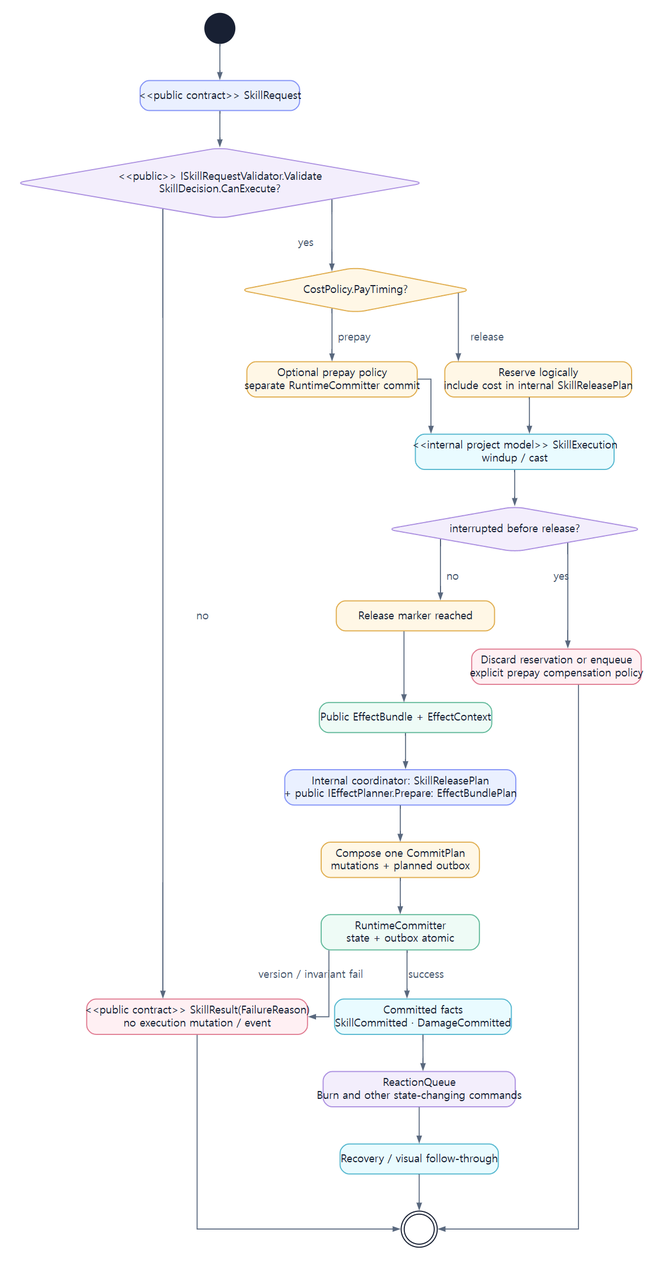
JY-LemongO/game-system-framework-knowledge-site keeps this Graphviz diagram as assets/diagrams/20_skill_timeline_activity_diagram.png. Above is the earlier version. Its source is kept beside it as source/diagrams/20_skill_timeline_activity_diagram.dot.
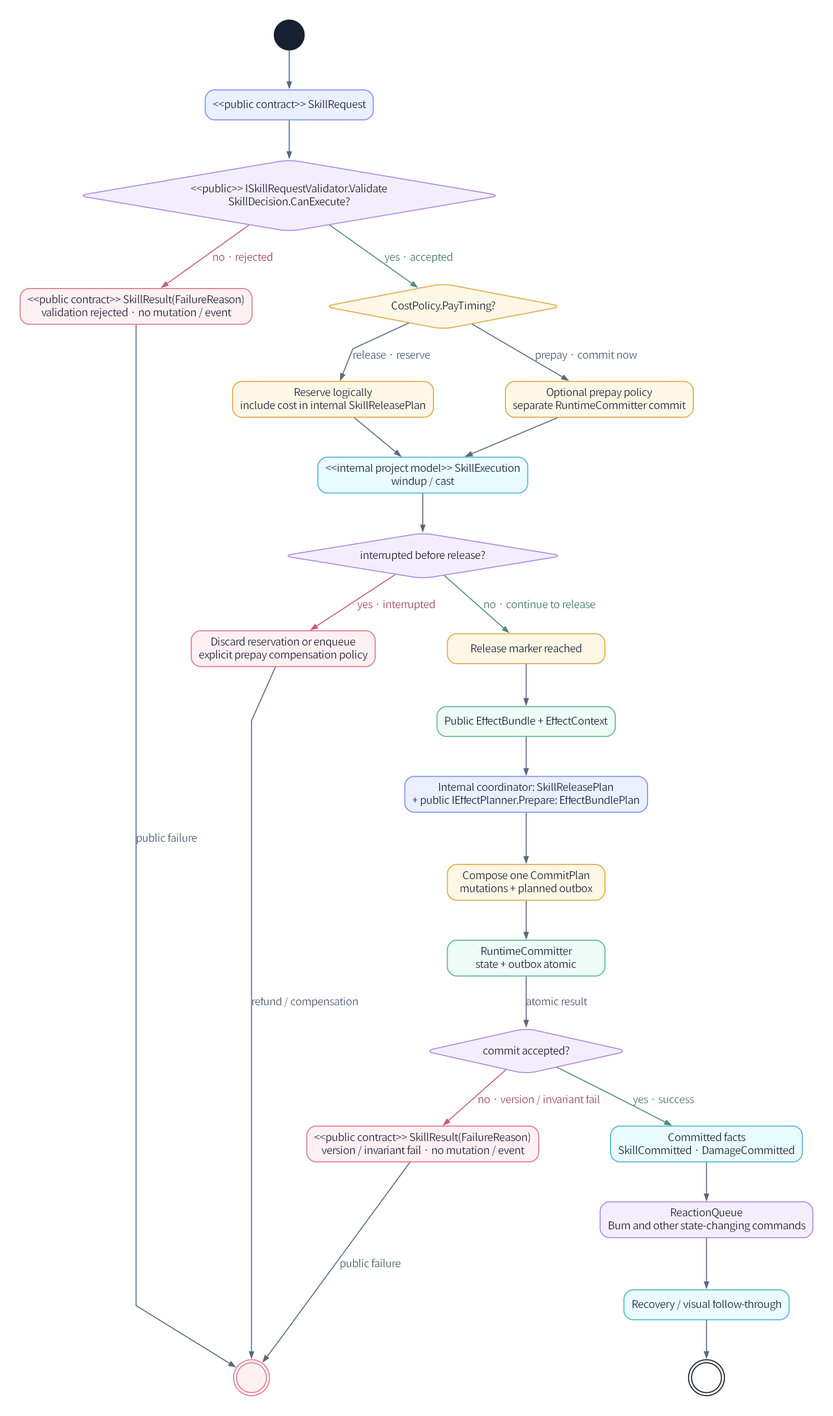
Above is the later version.

Change to the diagram source:
```diff
@@ -1,15 +1,14 @@
 digraph G {
-  graph [fontname="Noto Sans CJK KR", bgcolor="#ffffff", margin=0.12, pad=0.25, ranksep=0.66, nodesep=0.50];
-  node [fontname="Noto Sans CJK KR", shape=box, style="rounded,filled", color="#bac7db", penwidth=1.4, fillcolor="#ffffff", fontcolor="#182033", margin="0.14,0.09"];
-  edge [fontname="Noto Sans CJK KR", color="#59687e", fontcolor="#46566e", arrowsize=0.8, penwidth=1.3];
+  graph [fontname="Noto Sans KR", bgcolor="#ffffff", margin=0.12, pad=0.25, ranksep=0.72, nodesep=0.66, newrank=true, splines=polyline];
+  node [fontname="Noto Sans KR", shape=box, style="rounded,filled", color="#bac7db", penwidth=1.4, fillcolor="#ffffff", fontcolor="#182033", margin="0.14,0.09"];
+  edge [fontname="Noto Sans KR", color="#59687e", fontcolor="#46566e", arrowsize=0.8, penwidth=1.3];
   rankdir=TB;
-  splines=ortho;
   node [shape=box, style="rounded,filled", width=2.9, height=0.55];
 
   Start [shape=circle, label="", width=0.28, fillcolor="#182033", color="#182033"];
   Request [label="<<public contract>> SkillRequest", fillcolor="#eaf0ff", color="#8292f7"];
   Validate [shape=diamond, label="<<public>> ISkillRequestValidator.Validate\nSkillDecision.CanExecute?", fillcolor="#f3eefc", color="#ab8fe0"];
-  Fail [label="<<public contract>> SkillResult(FailureReason)\nno execution mutation / event", fillcolor="#fff0f3", color="#e07b91"];
+  ValidationFail [label="<<public contract>> SkillResult(FailureReason)\nvalidation rejected · no mutation / event", fillcolor="#fff0f3", color="#e07b91"];
   PayTiming [shape=diamond, label="CostPolicy.PayTiming?", fillcolor="#fff7e6", color="#e0ad4e"];
   Reserve [label="Reserve logically\ninclude cost in internal SkillReleasePlan", fillcolor="#fff7e6", color="#e0ad4e"];
   Prepay [label="Optional prepay policy\nseparate RuntimeCommitter commit", fillcolor="#fff7e6", color="#e0ad4e"];
@@ -21,25 +20,41 @@
   Prepare [label="Internal coordinator: SkillReleasePlan\n+ public IEffectPlanner.Prepare: EffectBundlePlan", fillcolor="#eaf0ff", color="#8292f7"];
   Combine [label="Compose one CommitPlan\nmutations + planned outbox", fillcolor="#fff7e6", color="#e0ad4e"];
   Commit [label="RuntimeCommitter\nstate + outbox atomic", fillcolor="#eefbf6", color="#61b99a"];
+  CommitOutcome [shape=diamond, label="commit accepted?", fillcolor="#f3eefc", color="#ab8fe0"];
+  CommitFail [label="<<public contract>> SkillResult(FailureReason)\nversion / invariant fail · no mutation / event", fillcolor="#fff0f3", color="#e07b91"];
   Committed [label="Committed facts\nSkillCommitted · DamageCommitted", fillcolor="#e9fbff", color="#54b7cf"];
   Reaction [label="ReactionQueue\nBurn and other state-changing commands", fillcolor="#f3eefc", color="#ab8fe0"];
   Recovery [label="Recovery / visual follow-through", fillcolor="#e9fbff", color="#54b7cf"];
+  FailureEnd [shape=doublecircle, label="", width=0.35, fillcolor="#fff0f3", color="#e07b91"];
   End [shape=doublecircle, label="", width=0.35, fillcolor="#ffffff", color="#182033"];
 
+  { rank=same; ValidationFail; PayTiming; }
+  { rank=same; Reserve; Prepay; }
+  { rank=same; Refund; Marker; }
+  { rank=same; CommitFail; Committed; }
+  { rank=same; FailureEnd; End; }
+
+  ValidationFail -> PayTiming [style=invis, weight=20];
+  Reserve -> Prepay [style=invis, weight=20];
+  Refund -> Marker [style=invis, weight=20];
+  CommitFail -> Committed [style=invis, weight=20];
+
   Start -> Request -> Validate;
-  Validate -> Fail [label="no"];
-  Fail -> End;
-  Validate -> PayTiming [label="yes"];
-  PayTiming -> Reserve [label="release"];
-  PayTiming -> Prepay [label="prepay"];
+  Validate -> ValidationFail [label="no · rejected", color="#c35f76", fontcolor="#9d4358"];
+  ValidationFail -> FailureEnd [label="public failure"];
+  Validate -> PayTiming [label="yes · accepted", color="#4f8b74", fontcolor="#3f735f"];
+  PayTiming -> Reserve [label="release · reserve"];
+  PayTiming -> Prepay [label="prepay · commit now"];
   Reserve -> Windup;
   Prepay -> Windup;
   Windup -> Interrupt;
-  Interrupt -> Refund [label="yes"];
-  Refund -> End;
-  Interrupt -> Marker [label="no"];
+  Interrupt -> Refund [label="yes · interrupted", color="#c35f76", fontcolor="#9d4358"];
+  Refund -> FailureEnd [label="refund / compensation"];
+  Interrupt -> Marker [label="no · continue to release", color="#4f8b74", fontcolor="#3f735f"];
   Marker -> Context -> Prepare -> Combine -> Commit;
-  Commit -> Fail [label="version / invariant fail"];
-  Commit -> Committed [label="success"];
+  Commit -> CommitOutcome [label="atomic result"];
+  CommitOutcome -> CommitFail [label="no · version / invariant fail", color="#c35f76", fontcolor="#9d4358"];
+  CommitFail -> FailureEnd [label="public failure"];
+  CommitOutcome -> Committed [label="yes · success", color="#4f8b74", fontcolor="#3f735f"];
   Committed -> Reaction -> Recovery -> End;
 }
```
